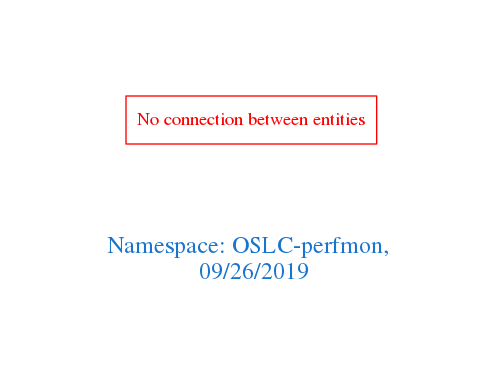
The Graphviz diagram downloads/OSLC-perfmon.png in arago/OGIT, before a commit. Its source is kept beside it as downloads/OSLC-perfmon.dot.
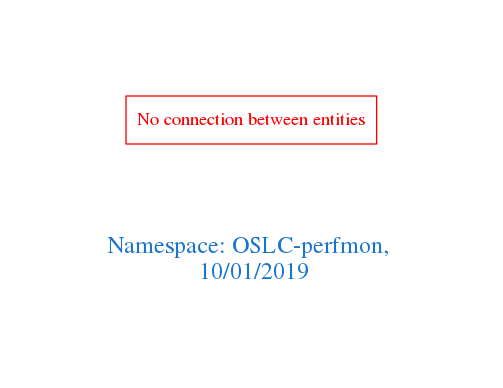
The same diagram one commit later.

Change to the diagram source:
```diff
@@ -1,7 +1,7 @@
 digraph OGIT_ontology {
  graph [ rankdir= LR,pad=1
 fontsize = 18,
-fontcolor= dodgerblue3,label = "\n\n\nNamespace: OSLC-perfmon, \n 09/26/2019"];
+fontcolor= dodgerblue3,label = "\n\n\nNamespace: OSLC-perfmon, \n 10/01/2019"];
 node[shape=polygon];
 edge [  color="gray81"];
 
```
